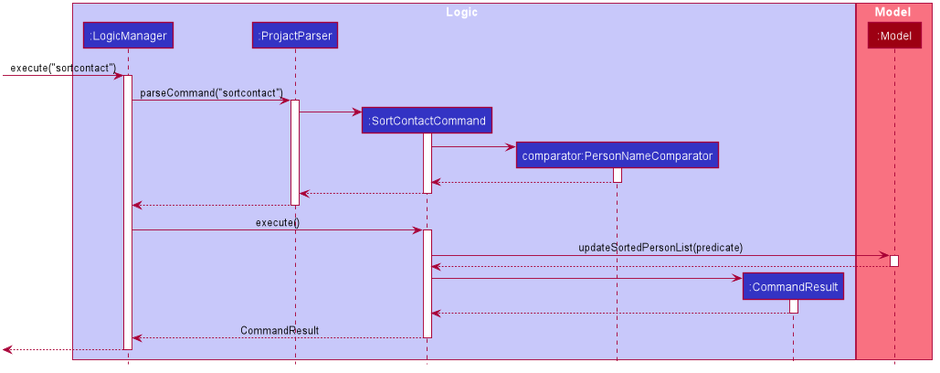
The PlantUML diagram docs/images/SortSequenceDiagram.png in siqiang-ng/tp, before a commit.
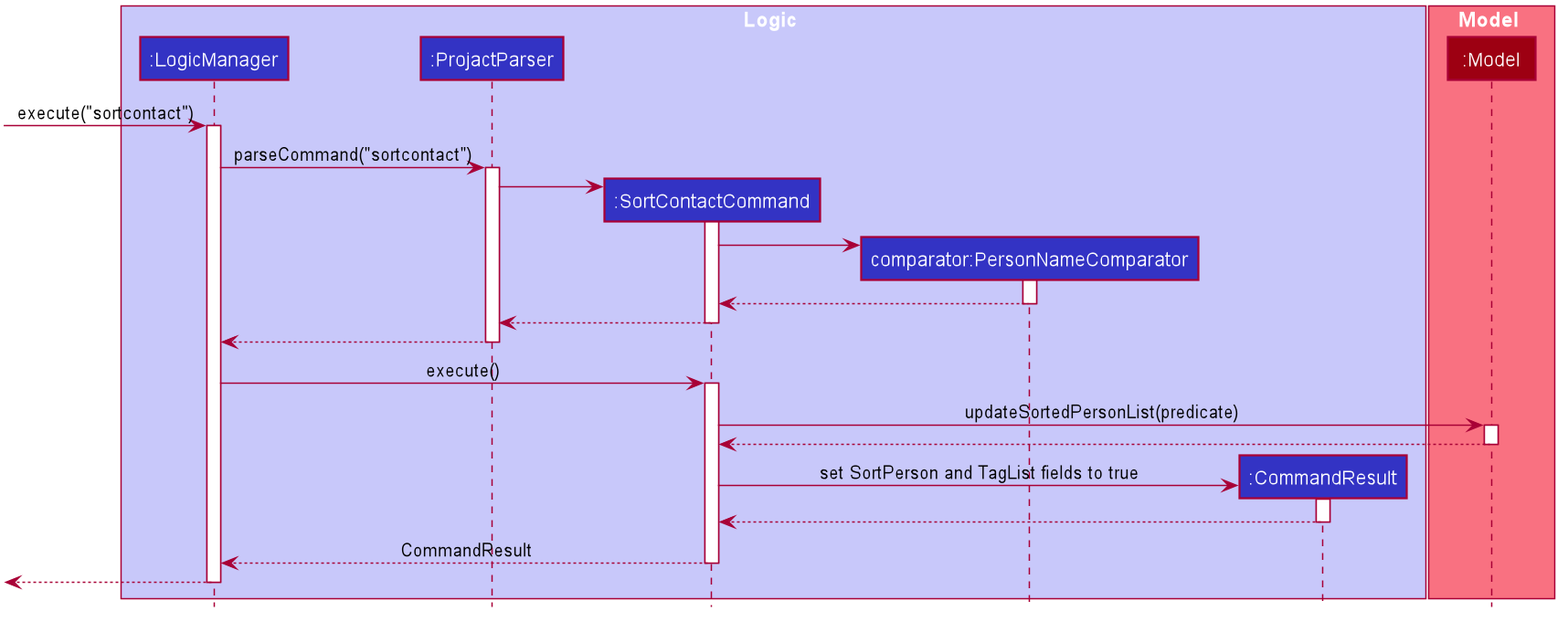
After the change.

The edit, as a diff of the source:
```diff
@@ -93,7 +93,7 @@
 deactivate Model
 
 create CommandResult
-SortContactCommand -> CommandResult
+SortContactCommand -> CommandResult : set SortPerson and TagList fields to true
 activate CommandResult
 
 CommandResult --> SortContactCommand
```
